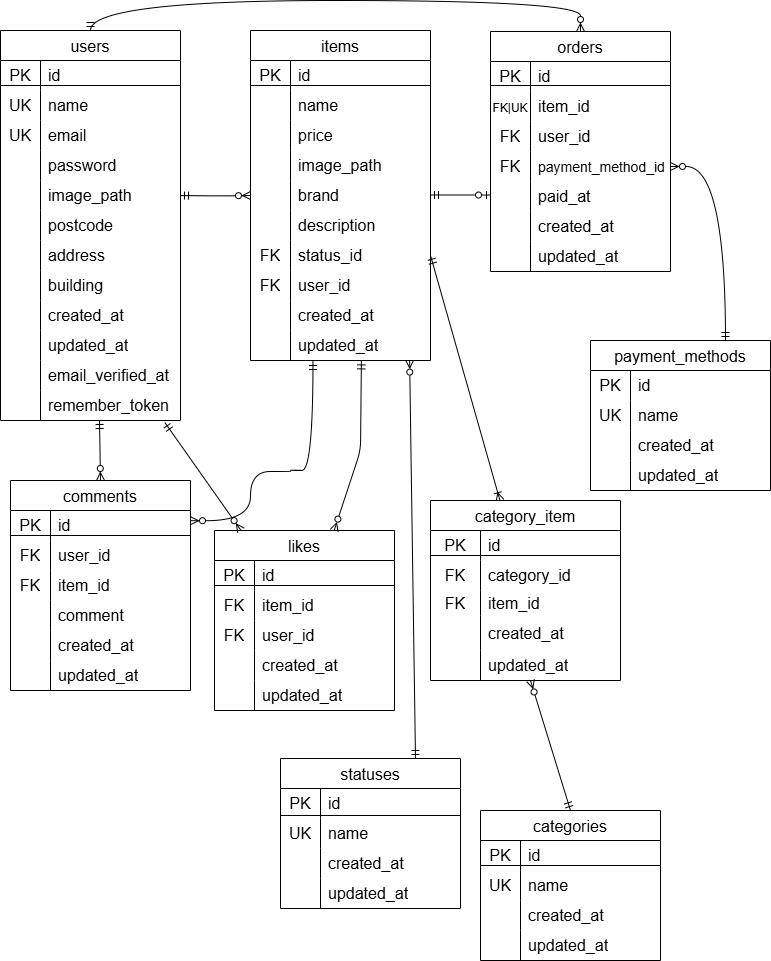
Above: index.drawio.png in imachanimachan/Fleamarket-laravel (draw.io), before the change. Source tidied: cells renumbered, new cells last; positions are measured from the earlier drawing's top-left corner, leaving out a move shared by most shapes.
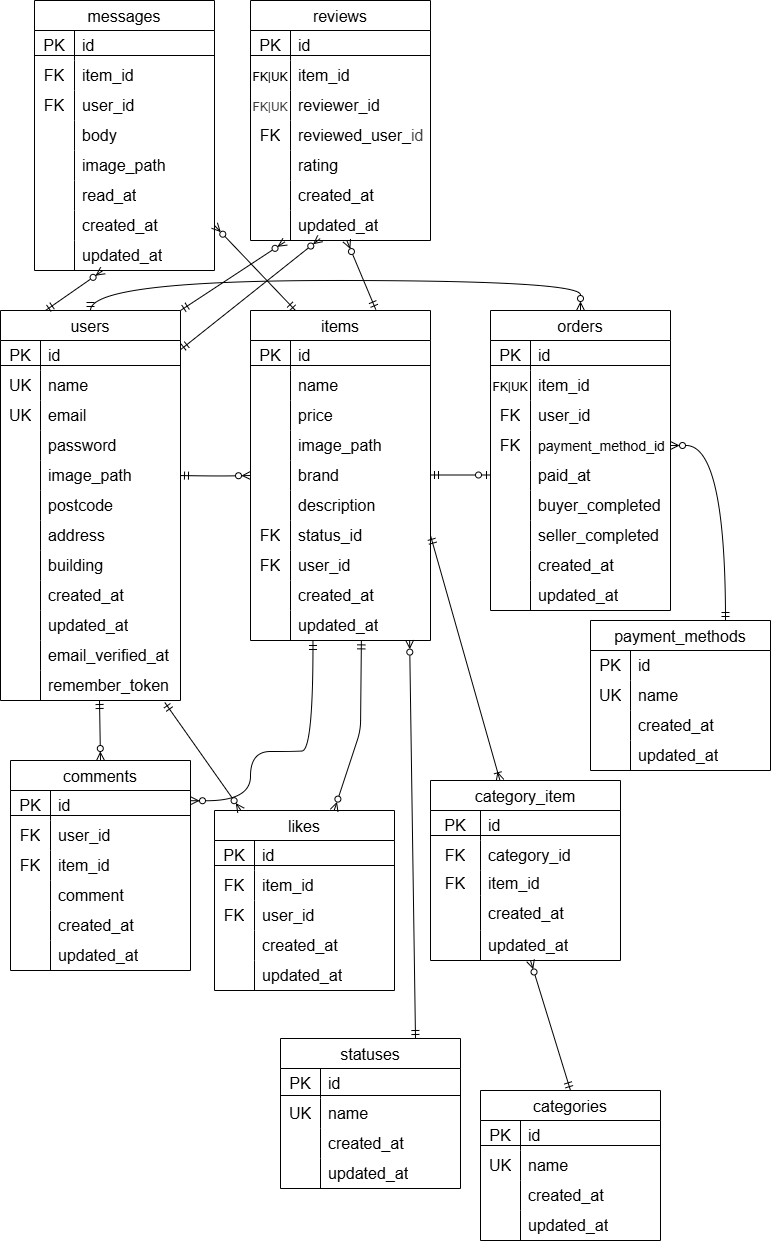
The same diagram one commit later.

Change to the diagram source:
```diff
@@ -173,7 +173,7 @@
       <mxGeometry x="40" width="140" height="30" as="geometry" />
     </mxCell>
     <mxCell id="57" value="orders" style="shape=table;startSize=30;rowLines=0;fontStyle=0;strokeColor=default;fontSize=16;" parent="1" vertex="1">
-      <mxGeometry x="490" y="31" width="180" height="240" as="geometry" />
+      <mxGeometry x="490" y="30" width="180" height="300" as="geometry" />
     </mxCell>
     <mxCell id="58" style="shape=tableRow;horizontal=0;startSize=0;swimlaneHead=0;swimlaneBody=0;top=0;left=0;bottom=0;right=0;fillColor=none;strokeColor=#000000;fontSize=16;" parent="57" vertex="1">
       <mxGeometry y="30" width="180" height="30" as="geometry" />
@@ -220,8 +220,26 @@
     <mxCell id="72" value="paid_at" style="shape=partialRectangle;html=1;whiteSpace=wrap;fillColor=none;top=0;left=0;bottom=0;right=0;align=left;spacingLeft=6;overflow=hidden;strokeColor=inherit;fontSize=16;" parent="70" vertex="1">
       <mxGeometry x="40" width="140" height="30" as="geometry" />
     </mxCell>
+    <mxCell id="203" style="shape=tableRow;horizontal=0;startSize=0;swimlaneHead=0;swimlaneBody=0;top=0;left=0;bottom=0;right=0;fillColor=none;strokeColor=inherit;fontSize=16;" parent="57" vertex="1">
+      <mxGeometry y="180" width="180" height="30" as="geometry" />
+    </mxCell>
+    <mxCell id="204" style="shape=partialRectangle;html=1;whiteSpace=wrap;fillColor=none;top=0;left=0;bottom=0;right=0;overflow=hidden;strokeColor=inherit;fontSize=16;" parent="203" vertex="1">
+      <mxGeometry width="40" height="30" as="geometry" />
+    </mxCell>
+    <mxCell id="205" value="buyer_completed" style="shape=partialRectangle;html=1;whiteSpace=wrap;fillColor=none;top=0;left=0;bottom=0;right=0;align=left;spacingLeft=6;overflow=hidden;strokeColor=inherit;fontSize=16;" parent="203" vertex="1">
+      <mxGeometry x="40" width="140" height="30" as="geometry" />
+    </mxCell>
+    <mxCell id="206" style="shape=tableRow;horizontal=0;startSize=0;swimlaneHead=0;swimlaneBody=0;top=0;left=0;bottom=0;right=0;fillColor=none;strokeColor=inherit;fontSize=16;" parent="57" vertex="1">
+      <mxGeometry y="210" width="180" height="30" as="geometry" />
+    </mxCell>
+    <mxCell id="207" style="shape=partialRectangle;html=1;whiteSpace=wrap;fillColor=none;top=0;left=0;bottom=0;right=0;overflow=hidden;strokeColor=inherit;fontSize=16;" parent="206" vertex="1">
+      <mxGeometry width="40" height="30" as="geometry" />
+    </mxCell>
+    <mxCell id="208" value="seller_completed" style="shape=partialRectangle;html=1;whiteSpace=wrap;fillColor=none;top=0;left=0;bottom=0;right=0;align=left;spacingLeft=6;overflow=hidden;strokeColor=inherit;fontSize=16;" parent="206" vertex="1">
+      <mxGeometry x="40" width="140" height="30" as="geometry" />
+    </mxCell>
     <mxCell id="73" style="shape=tableRow;horizontal=0;startSize=0;swimlaneHead=0;swimlaneBody=0;top=0;left=0;bottom=0;right=0;fillColor=none;strokeColor=inherit;fontSize=16;" parent="57" vertex="1">
-      <mxGeometry y="180" width="180" height="30" as="geometry" />
+      <mxGeometry y="240" width="180" height="30" as="geometry" />
     </mxCell>
     <mxCell id="74" style="shape=partialRectangle;html=1;whiteSpace=wrap;fillColor=none;top=0;left=0;bottom=0;right=0;overflow=hidden;strokeColor=inherit;fontSize=16;" parent="73" vertex="1">
       <mxGeometry width="40" height="30" as="geometry" />
@@ -230,7 +248,7 @@
       <mxGeometry x="40" width="140" height="30" as="geometry" />
     </mxCell>
     <mxCell id="76" style="shape=tableRow;horizontal=0;startSize=0;swimlaneHead=0;swimlaneBody=0;top=0;left=0;bottom=0;right=0;fillColor=none;strokeColor=inherit;fontSize=16;" parent="57" vertex="1">
-      <mxGeometry y="210" width="180" height="30" as="geometry" />
+      <mxGeometry y="270" width="180" height="30" as="geometry" />
     </mxCell>
     <mxCell id="77" style="shape=partialRectangle;html=1;whiteSpace=wrap;fillColor=none;top=0;left=0;bottom=0;right=0;overflow=hidden;strokeColor=inherit;fontSize=16;" parent="76" vertex="1">
       <mxGeometry width="40" height="30" as="geometry" />
@@ -632,5 +650,169 @@
     <mxCell id="202" style="line;strokeWidth=1;html=1;perimeter=backbonePerimeter;" parent="1" vertex="1">
       <mxGeometry x="480" y="860" width="180" height="10" as="geometry" />
     </mxCell>
+    <mxCell id="209" value="reviews" style="shape=table;startSize=30;rowLines=0;fontStyle=0;strokeColor=default;fontSize=16;" parent="1" vertex="1">
+      <mxGeometry x="250" y="-280" width="180" height="240" as="geometry" />
+    </mxCell>
+    <mxCell id="210" style="shape=tableRow;horizontal=0;startSize=0;swimlaneHead=0;swimlaneBody=0;top=0;left=0;bottom=0;right=0;fillColor=none;strokeColor=#000000;fontSize=16;" parent="209" vertex="1">
+      <mxGeometry y="30" width="180" height="30" as="geometry" />
+    </mxCell>
+    <mxCell id="211" value="PK" style="shape=partialRectangle;html=1;whiteSpace=wrap;fillColor=none;top=0;left=0;bottom=0;right=0;overflow=hidden;strokeColor=inherit;fontSize=16;" parent="210" vertex="1">
+      <mxGeometry width="40" height="30" as="geometry" />
+    </mxCell>
+    <mxCell id="212" value="&lt;span style=&quot;color: rgb(0, 0, 0);&quot;&gt;id&lt;/span&gt;" style="shape=partialRectangle;html=1;whiteSpace=wrap;fillColor=none;top=0;left=0;bottom=0;right=0;align=left;spacingLeft=6;overflow=hidden;strokeColor=#000000;fontSize=16;" parent="210" vertex="1">
+      <mxGeometry x="40" width="140" height="30" as="geometry" />
+    </mxCell>
+    <mxCell id="213" style="shape=tableRow;horizontal=0;startSize=0;swimlaneHead=0;swimlaneBody=0;top=0;left=0;bottom=0;right=0;fillColor=none;strokeColor=inherit;fontSize=16;" parent="209" vertex="1">
+      <mxGeometry y="60" width="180" height="30" as="geometry" />
+    </mxCell>
+    <mxCell id="214" value="&lt;span style=&quot;color: rgb(0, 0, 0);&quot;&gt;&lt;font style=&quot;font-size: 12px;&quot;&gt;FK|UK&lt;/font&gt;&lt;/span&gt;" style="shape=partialRectangle;html=1;whiteSpace=wrap;fillColor=none;top=0;left=0;bottom=0;right=0;overflow=hidden;strokeColor=inherit;fontSize=16;" parent="213" vertex="1">
+      <mxGeometry width="40" height="30" as="geometry" />
+    </mxCell>
+    <mxCell id="215" value="&lt;span style=&quot;color: rgb(0, 0, 0);&quot;&gt;item_id&lt;/span&gt;" style="shape=partialRectangle;html=1;whiteSpace=wrap;fillColor=none;top=0;left=0;bottom=0;right=0;align=left;spacingLeft=6;overflow=hidden;strokeColor=inherit;fontSize=16;" parent="213" vertex="1">
+      <mxGeometry x="40" width="140" height="30" as="geometry" />
+    </mxCell>
+    <mxCell id="216" style="shape=tableRow;horizontal=0;startSize=0;swimlaneHead=0;swimlaneBody=0;top=0;left=0;bottom=0;right=0;fillColor=none;strokeColor=inherit;fontSize=16;" parent="209" vertex="1">
+      <mxGeometry y="90" width="180" height="30" as="geometry" />
+    </mxCell>
+    <mxCell id="217" value="&lt;span style=&quot;color: rgb(63, 63, 63); font-size: 12px;&quot;&gt;FK|UK&lt;/span&gt;" style="shape=partialRectangle;html=1;whiteSpace=wrap;fillColor=none;top=0;left=0;bottom=0;right=0;overflow=hidden;strokeColor=inherit;fontSize=16;" parent="216" vertex="1">
+      <mxGeometry width="40" height="30" as="geometry" />
+    </mxCell>
+    <mxCell id="218" value="&lt;span style=&quot;color: rgb(0, 0, 0);&quot;&gt;reviewer_id&lt;/span&gt;" style="shape=partialRectangle;html=1;whiteSpace=wrap;fillColor=none;top=0;left=0;bottom=0;right=0;align=left;spacingLeft=6;overflow=hidden;strokeColor=inherit;fontSize=16;" parent="216" vertex="1">
+      <mxGeometry x="40" width="140" height="30" as="geometry" />
+    </mxCell>
+    <mxCell id="219" style="shape=tableRow;horizontal=0;startSize=0;swimlaneHead=0;swimlaneBody=0;top=0;left=0;bottom=0;right=0;fillColor=none;strokeColor=inherit;fontSize=16;" parent="209" vertex="1">
+      <mxGeometry y="120" width="180" height="30" as="geometry" />
+    </mxCell>
+    <mxCell id="220" value="&lt;span style=&quot;color: rgb(0, 0, 0);&quot;&gt;FK&lt;/span&gt;" style="shape=partialRectangle;html=1;whiteSpace=wrap;fillColor=none;top=0;left=0;bottom=0;right=0;overflow=hidden;strokeColor=inherit;fontSize=16;" parent="219" vertex="1">
+      <mxGeometry width="40" height="30" as="geometry" />
+    </mxCell>
+    <mxCell id="221" value="&lt;span style=&quot;color: rgb(0, 0, 0);&quot;&gt;reviewed_user_&lt;/span&gt;&lt;span style=&quot;scrollbar-color: rgb(226, 226, 226) rgb(251, 251, 251); background-color: transparent; color: rgb(63, 63, 63);&quot;&gt;id&lt;/span&gt;" style="shape=partialRectangle;html=1;whiteSpace=wrap;fillColor=none;top=0;left=0;bottom=0;right=0;align=left;spacingLeft=6;overflow=hidden;strokeColor=inherit;fontSize=16;" parent="219" vertex="1">
+      <mxGeometry x="40" width="140" height="30" as="geometry" />
+    </mxCell>
+    <mxCell id="222" style="shape=tableRow;horizontal=0;startSize=0;swimlaneHead=0;swimlaneBody=0;top=0;left=0;bottom=0;right=0;fillColor=none;strokeColor=inherit;fontSize=16;" parent="209" vertex="1">
+      <mxGeometry y="150" width="180" height="30" as="geometry" />
+    </mxCell>
+    <mxCell id="223" style="shape=partialRectangle;html=1;whiteSpace=wrap;fillColor=none;top=0;left=0;bottom=0;right=0;overflow=hidden;strokeColor=inherit;fontSize=16;" parent="222" vertex="1">
+      <mxGeometry width="40" height="30" as="geometry" />
+    </mxCell>
+    <mxCell id="224" value="&lt;span style=&quot;color: rgb(0, 0, 0);&quot;&gt;rating&lt;/span&gt;" style="shape=partialRectangle;html=1;whiteSpace=wrap;fillColor=none;top=0;left=0;bottom=0;right=0;align=left;spacingLeft=6;overflow=hidden;strokeColor=inherit;fontSize=16;" parent="222" vertex="1">
+      <mxGeometry x="40" width="140" height="30" as="geometry" />
+    </mxCell>
+    <mxCell id="225" style="shape=tableRow;horizontal=0;startSize=0;swimlaneHead=0;swimlaneBody=0;top=0;left=0;bottom=0;right=0;fillColor=none;strokeColor=inherit;fontSize=16;" parent="209" vertex="1">
+      <mxGeometry y="180" width="180" height="30" as="geometry" />
+    </mxCell>
+    <mxCell id="226" style="shape=partialRectangle;html=1;whiteSpace=wrap;fillColor=none;top=0;left=0;bottom=0;right=0;overflow=hidden;strokeColor=inherit;fontSize=16;" parent="225" vertex="1">
+      <mxGeometry width="40" height="30" as="geometry" />
+    </mxCell>
+    <mxCell id="227" value="&lt;span style=&quot;color: rgb(0, 0, 0);&quot;&gt;created_at&lt;/span&gt;" style="shape=partialRectangle;html=1;whiteSpace=wrap;fillColor=none;top=0;left=0;bottom=0;right=0;align=left;spacingLeft=6;overflow=hidden;strokeColor=inherit;fontSize=16;" parent="225" vertex="1">
+      <mxGeometry x="40" width="140" height="30" as="geometry" />
+    </mxCell>
+    <mxCell id="228" style="shape=tableRow;horizontal=0;startSize=0;swimlaneHead=0;swimlaneBody=0;top=0;left=0;bottom=0;right=0;fillColor=none;points=[[0,0.5],[1,0.5]];portConstraint=eastwest;strokeColor=inherit;fontSize=16;" parent="209" vertex="1">
+      <mxGeometry y="210" width="180" height="30" as="geometry" />
+    </mxCell>
+    <mxCell id="229" style="shape=partialRectangle;html=1;whiteSpace=wrap;fillColor=none;top=0;left=0;bottom=0;right=0;overflow=hidden;strokeColor=inherit;fontSize=16;" parent="228" vertex="1">
+      <mxGeometry width="40" height="30" as="geometry" />
+    </mxCell>
+    <mxCell id="230" value="&lt;span style=&quot;color: rgb(0, 0, 0);&quot;&gt;updated_at&lt;/span&gt;" style="shape=partialRectangle;html=1;whiteSpace=wrap;fillColor=none;top=0;left=0;bottom=0;right=0;align=left;spacingLeft=6;overflow=hidden;strokeColor=inherit;fontSize=16;" parent="228" vertex="1">
+      <mxGeometry x="40" width="140" height="30" as="geometry" />
+    </mxCell>
+    <mxCell id="231" style="line;strokeWidth=1;html=1;perimeter=backbonePerimeter;" parent="1" vertex="1">
+      <mxGeometry x="250" y="-230" width="180" height="10" as="geometry" />
+    </mxCell>
+    <mxCell id="232" style="edgeStyle=none;html=1;entryX=0.913;entryY=-0.002;entryDx=0;entryDy=0;entryPerimeter=0;endArrow=ERmandOne;endFill=0;startArrow=ERzeroToMany;startFill=0;exitX=0.387;exitY=0.936;exitDx=0;exitDy=0;exitPerimeter=0;" parent="1" edge="1" source="228">
+      <mxGeometry relative="1" as="geometry">
+        <mxPoint x="180" y="69.2" as="targetPoint" />
+      </mxGeometry>
+    </mxCell>
+    <mxCell id="233" style="edgeStyle=none;html=1;entryX=0.696;entryY=-0.003;entryDx=0;entryDy=0;entryPerimeter=0;endArrow=ERmandOne;endFill=0;startArrow=ERzeroToMany;startFill=0;" parent="1" edge="1" source="228" target="79">
+      <mxGeometry relative="1" as="geometry" />
+    </mxCell>
+    <mxCell id="234" style="edgeStyle=none;html=1;entryX=1;entryY=0;entryDx=0;entryDy=0;startArrow=ERzeroToMany;startFill=0;endArrow=ERmandOne;endFill=0;exitX=0.192;exitY=1.042;exitDx=0;exitDy=0;exitPerimeter=0;" parent="1" edge="1" source="228" target="3">
+      <mxGeometry relative="1" as="geometry" />
+    </mxCell>
+    <mxCell id="235" value="messages" style="shape=table;startSize=30;rowLines=0;fontStyle=0;strokeColor=default;fontSize=16;" parent="1" vertex="1">
+      <mxGeometry x="34" y="-280" width="180" height="270" as="geometry" />
+    </mxCell>
+    <mxCell id="236" style="shape=tableRow;horizontal=0;startSize=0;swimlaneHead=0;swimlaneBody=0;top=0;left=0;bottom=0;right=0;fillColor=none;strokeColor=#000000;fontSize=16;" parent="235" vertex="1">
+      <mxGeometry y="30" width="180" height="30" as="geometry" />
+    </mxCell>
+    <mxCell id="237" value="PK" style="shape=partialRectangle;html=1;whiteSpace=wrap;fillColor=none;top=0;left=0;bottom=0;right=0;overflow=hidden;strokeColor=inherit;fontSize=16;" parent="236" vertex="1">
+      <mxGeometry width="40" height="30" as="geometry" />
+    </mxCell>
+    <mxCell id="238" value="&lt;span style=&quot;color: rgb(0, 0, 0);&quot;&gt;id&lt;/span&gt;" style="shape=partialRectangle;html=1;whiteSpace=wrap;fillColor=none;top=0;left=0;bottom=0;right=0;align=left;spacingLeft=6;overflow=hidden;strokeColor=#000000;fontSize=16;" parent="236" vertex="1">
+      <mxGeometry x="40" width="140" height="30" as="geometry" />
+    </mxCell>
+    <mxCell id="239" style="shape=tableRow;horizontal=0;startSize=0;swimlaneHead=0;swimlaneBody=0;top=0;left=0;bottom=0;right=0;fillColor=none;strokeColor=inherit;fontSize=16;" parent="235" vertex="1">
+      <mxGeometry y="60" width="180" height="30" as="geometry" />
+    </mxCell>
+    <mxCell id="240" value="&lt;span style=&quot;color: rgb(0, 0, 0);&quot;&gt;FK&lt;/span&gt;" style="shape=partialRectangle;html=1;whiteSpace=wrap;fillColor=none;top=0;left=0;bottom=0;right=0;overflow=hidden;strokeColor=inherit;fontSize=16;" parent="239" vertex="1">
+      <mxGeometry width="40" height="30" as="geometry" />
+    </mxCell>
+    <mxCell id="241" value="&lt;span style=&quot;color: rgb(0, 0, 0);&quot;&gt;&lt;span style=&quot;color: rgb(0, 0, 0); text-align: center; text-wrap-mode: nowrap;&quot;&gt;item&lt;/span&gt;&lt;/span&gt;&lt;span style=&quot;background-color: transparent;&quot;&gt;_id&lt;/span&gt;" style="shape=partialRectangle;html=1;whiteSpace=wrap;fillColor=none;top=0;left=0;bottom=0;right=0;align=left;spacingLeft=6;overflow=hidden;strokeColor=inherit;fontSize=16;" parent="239" vertex="1">
+      <mxGeometry x="40" width="140" height="30" as="geometry" />
+    </mxCell>
+    <mxCell id="242" style="shape=tableRow;horizontal=0;startSize=0;swimlaneHead=0;swimlaneBody=0;top=0;left=0;bottom=0;right=0;fillColor=none;strokeColor=inherit;fontSize=16;" parent="235" vertex="1">
+      <mxGeometry y="90" width="180" height="30" as="geometry" />
+    </mxCell>
+    <mxCell id="243" value="&lt;span style=&quot;color: rgb(0, 0, 0);&quot;&gt;FK&lt;/span&gt;" style="shape=partialRectangle;html=1;whiteSpace=wrap;fillColor=none;top=0;left=0;bottom=0;right=0;overflow=hidden;strokeColor=inherit;fontSize=16;" parent="242" vertex="1">
+      <mxGeometry width="40" height="30" as="geometry" />
+    </mxCell>
+    <mxCell id="244" value="user_id" style="shape=partialRectangle;html=1;whiteSpace=wrap;fillColor=none;top=0;left=0;bottom=0;right=0;align=left;spacingLeft=6;overflow=hidden;strokeColor=inherit;fontSize=16;" parent="242" vertex="1">
+      <mxGeometry x="40" width="140" height="30" as="geometry" />
+    </mxCell>
+    <mxCell id="245" style="shape=tableRow;horizontal=0;startSize=0;swimlaneHead=0;swimlaneBody=0;top=0;left=0;bottom=0;right=0;fillColor=none;strokeColor=inherit;fontSize=16;" parent="235" vertex="1">
+      <mxGeometry y="120" width="180" height="30" as="geometry" />
+    </mxCell>
+    <mxCell id="246" style="shape=partialRectangle;html=1;whiteSpace=wrap;fillColor=none;top=0;left=0;bottom=0;right=0;overflow=hidden;strokeColor=inherit;fontSize=16;" parent="245" vertex="1">
+      <mxGeometry width="40" height="30" as="geometry" />
+    </mxCell>
+    <mxCell id="247" value="&lt;font&gt;body&lt;/font&gt;" style="shape=partialRectangle;html=1;whiteSpace=wrap;fillColor=none;top=0;left=0;bottom=0;right=0;align=left;spacingLeft=6;overflow=hidden;strokeColor=inherit;fontSize=16;" parent="245" vertex="1">
+      <mxGeometry x="40" width="140" height="30" as="geometry" />
+    </mxCell>
+    <mxCell id="248" style="shape=tableRow;horizontal=0;startSize=0;swimlaneHead=0;swimlaneBody=0;top=0;left=0;bottom=0;right=0;fillColor=none;strokeColor=inherit;fontSize=16;" parent="235" vertex="1">
+      <mxGeometry y="150" width="180" height="30" as="geometry" />
+    </mxCell>
+    <mxCell id="249" style="shape=partialRectangle;html=1;whiteSpace=wrap;fillColor=none;top=0;left=0;bottom=0;right=0;overflow=hidden;strokeColor=inherit;fontSize=16;" parent="248" vertex="1">
+      <mxGeometry width="40" height="30" as="geometry" />
+    </mxCell>
+    <mxCell id="250" value="&lt;span style=&quot;color: rgb(0, 0, 0);&quot;&gt;image_path&lt;/span&gt;" style="shape=partialRectangle;html=1;whiteSpace=wrap;fillColor=none;top=0;left=0;bottom=0;right=0;align=left;spacingLeft=6;overflow=hidden;strokeColor=inherit;fontSize=16;" parent="248" vertex="1">
+      <mxGeometry x="40" width="140" height="30" as="geometry" />
+    </mxCell>
+    <mxCell id="251" style="shape=tableRow;horizontal=0;startSize=0;swimlaneHead=0;swimlaneBody=0;top=0;left=0;bottom=0;right=0;fillColor=none;strokeColor=inherit;fontSize=16;" parent="235" vertex="1">
+      <mxGeometry y="180" width="180" height="30" as="geometry" />
+    </mxCell>
+    <mxCell id="252" style="shape=partialRectangle;html=1;whiteSpace=wrap;fillColor=none;top=0;left=0;bottom=0;right=0;overflow=hidden;strokeColor=inherit;fontSize=16;" parent="251" vertex="1">
+      <mxGeometry width="40" height="30" as="geometry" />
+    </mxCell>
+    <mxCell id="253" value="read_at" style="shape=partialRectangle;html=1;whiteSpace=wrap;fillColor=none;top=0;left=0;bottom=0;right=0;align=left;spacingLeft=6;overflow=hidden;strokeColor=inherit;fontSize=16;" parent="251" vertex="1">
+      <mxGeometry x="40" width="140" height="30" as="geometry" />
+    </mxCell>
+    <mxCell id="254" style="shape=tableRow;horizontal=0;startSize=0;swimlaneHead=0;swimlaneBody=0;top=0;left=0;bottom=0;right=0;fillColor=none;points=[[0,0.5],[1,0.5]];portConstraint=eastwest;strokeColor=inherit;fontSize=16;" parent="235" vertex="1">
+      <mxGeometry y="210" width="180" height="30" as="geometry" />
+    </mxCell>
+    <mxCell id="255" style="shape=partialRectangle;html=1;whiteSpace=wrap;fillColor=none;top=0;left=0;bottom=0;right=0;overflow=hidden;strokeColor=inherit;fontSize=16;" parent="254" vertex="1">
+      <mxGeometry width="40" height="30" as="geometry" />
+    </mxCell>
+    <mxCell id="256" value="&lt;span style=&quot;color: rgb(0, 0, 0);&quot;&gt;created_at&lt;/span&gt;" style="shape=partialRectangle;html=1;whiteSpace=wrap;fillColor=none;top=0;left=0;bottom=0;right=0;align=left;spacingLeft=6;overflow=hidden;strokeColor=inherit;fontSize=16;" parent="254" vertex="1">
+      <mxGeometry x="40" width="140" height="30" as="geometry" />
+    </mxCell>
+    <mxCell id="257" style="shape=tableRow;horizontal=0;startSize=0;swimlaneHead=0;swimlaneBody=0;top=0;left=0;bottom=0;right=0;fillColor=none;points=[[0,0.5],[1,0.5]];portConstraint=eastwest;strokeColor=inherit;fontSize=16;" parent="235" vertex="1">
+      <mxGeometry y="240" width="180" height="30" as="geometry" />
+    </mxCell>
+    <mxCell id="258" style="shape=partialRectangle;html=1;whiteSpace=wrap;fillColor=none;top=0;left=0;bottom=0;right=0;overflow=hidden;strokeColor=inherit;fontSize=16;" parent="257" vertex="1">
+      <mxGeometry width="40" height="30" as="geometry" />
+    </mxCell>
+    <mxCell id="259" value="&lt;span style=&quot;color: rgb(0, 0, 0);&quot;&gt;updated_at&lt;/span&gt;" style="shape=partialRectangle;html=1;whiteSpace=wrap;fillColor=none;top=0;left=0;bottom=0;right=0;align=left;spacingLeft=6;overflow=hidden;strokeColor=inherit;fontSize=16;" parent="257" vertex="1">
+      <mxGeometry x="40" width="140" height="30" as="geometry" />
+    </mxCell>
+    <mxCell id="260" style="line;strokeWidth=1;html=1;perimeter=backbonePerimeter;" parent="1" vertex="1">
+      <mxGeometry x="34" y="-230" width="180" height="10" as="geometry" />
+    </mxCell>
+    <mxCell id="261" style="edgeStyle=none;html=1;entryX=0.25;entryY=0;entryDx=0;entryDy=0;endArrow=ERmandOne;endFill=0;startArrow=ERzeroToMany;startFill=0;" parent="1" edge="1" source="257" target="3">
+      <mxGeometry relative="1" as="geometry" />
+    </mxCell>
+    <mxCell id="262" style="edgeStyle=none;html=1;entryX=0.25;entryY=0;entryDx=0;entryDy=0;startArrow=ERzeroToMany;startFill=0;endArrow=ERmandOne;endFill=0;exitX=1;exitY=0.5;exitDx=0;exitDy=0;" parent="1" edge="1" source="254" target="79">
+      <mxGeometry relative="1" as="geometry" />
+    </mxCell>
   </root>
 </mxGraphModel>
```
